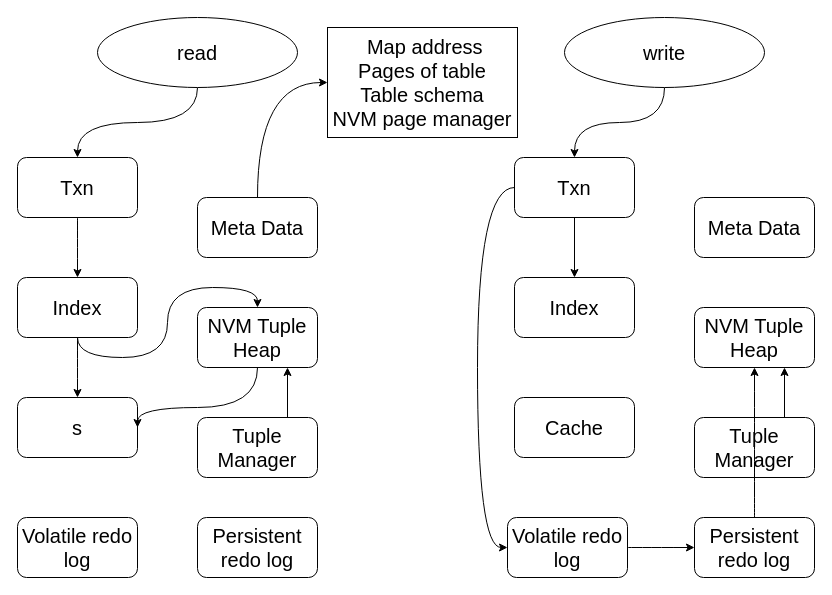
The draw.io diagram NVM.drawio in rehoboan/Draw-Files, before the edit. Source tidied: cells renumbered, new cells numbered last; positions are measured from the earlier drawing's top-left corner, leaving out a move shared by most shapes. Both pictures are drawn from the tidied source at 100%, with x=0, y=0 at pixel (17, 17).
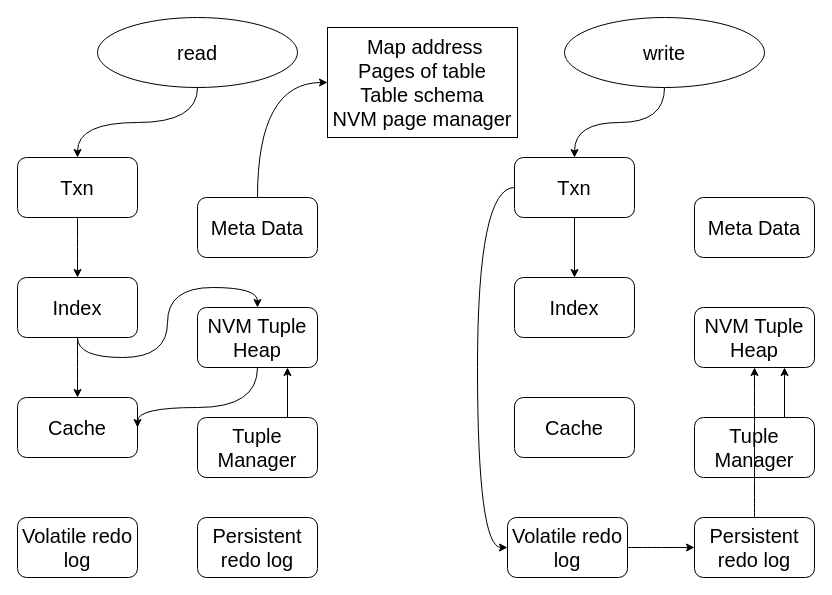
Above is the later version.

Change to the diagram source:
```diff
@@
-    <mxCell id="9" value="s" style="rounded=1;whiteSpace=wrap;html=1;fontSize=20;" parent="1" vertex="1">
+    <mxCell id="9" value="Cache" style="rounded=1;whiteSpace=wrap;html=1;fontSize=20;" parent="1" vertex="1">
       <mxGeometry y="380" width="120" height="60" as="geometry" />
     </mxCell>
```
